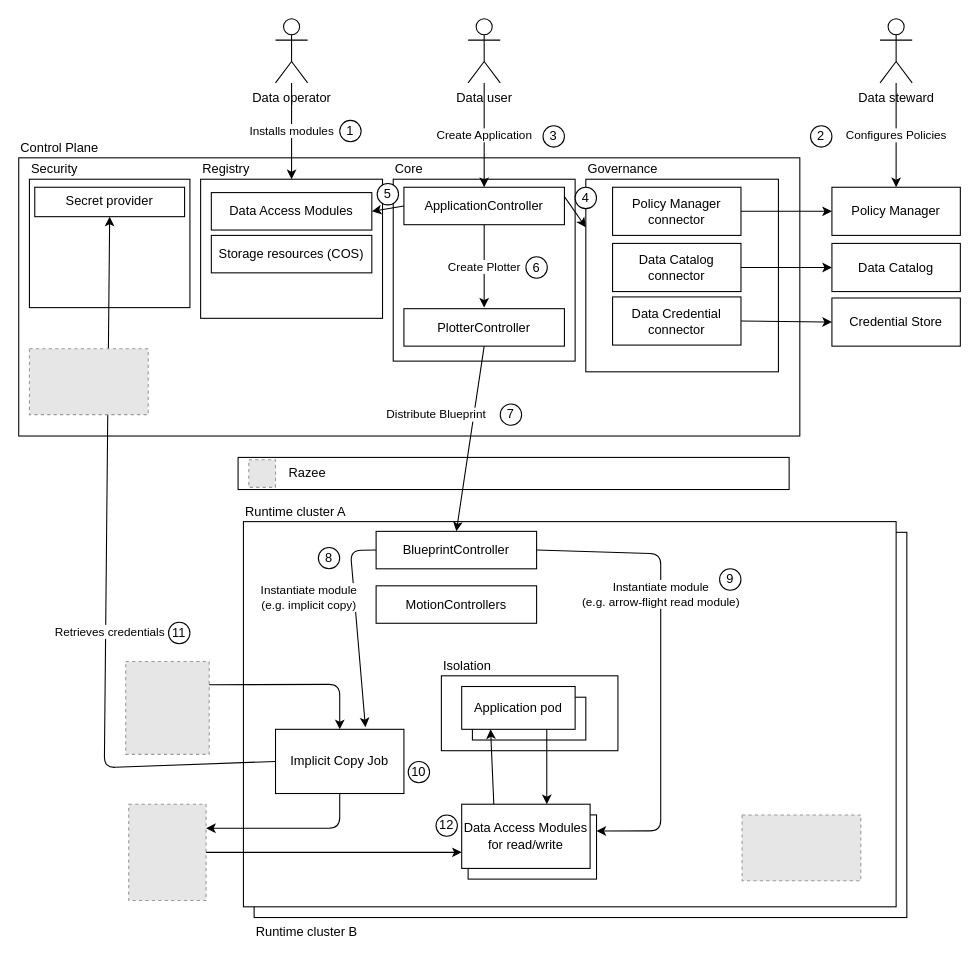
Earlier version of the draw.io diagram website/content/docs/overview/architecture/workflow_multicluster.drawio (fybrik/fybrik). Source tidied: cells renumbered, new cells numbered last; positions are measured from the earlier drawing's top-left corner, leaving out a move shared by most shapes. Both pictures are drawn from the tidied source at 107%, with x=0, y=0 at pixel (18, 18). Pictures stored in the file or linked from it are replaced by grey dashed boxes.
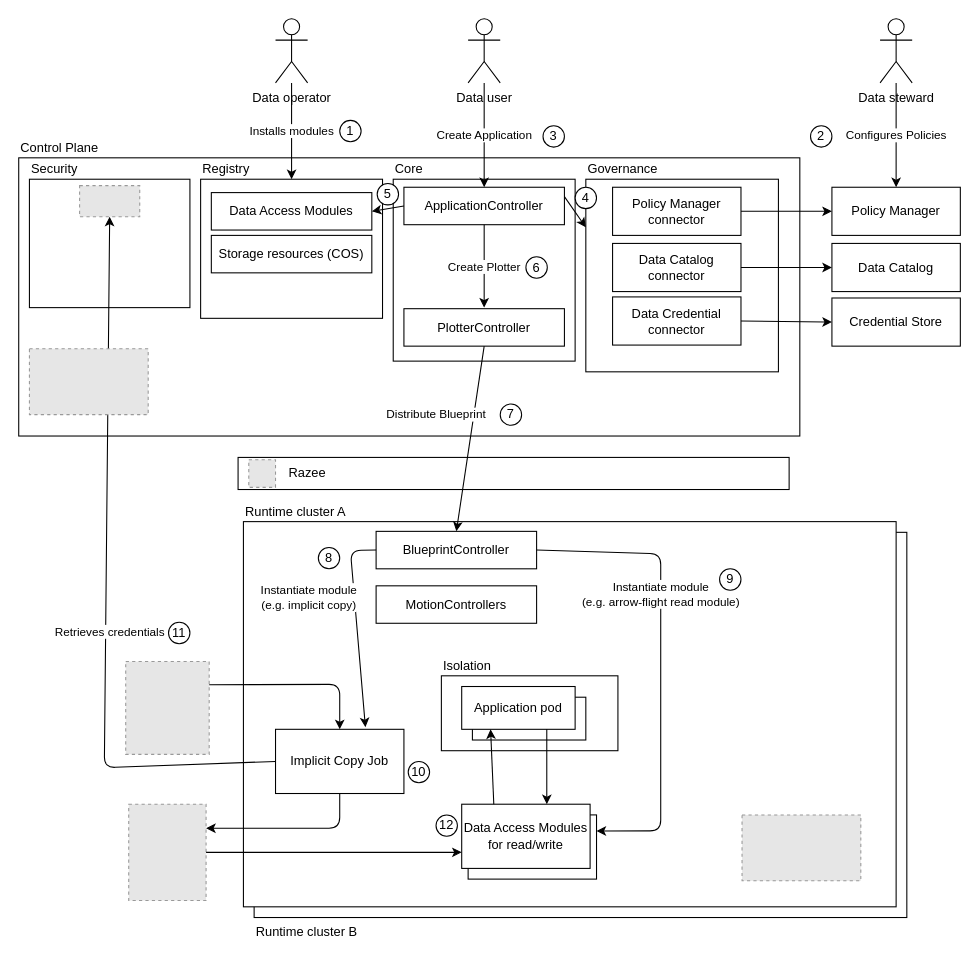
After the change.

The change refers to these unchanged cells:
```xml
<mxCell id="8" value="Implicit Copy Job" style="rounded=0;whiteSpace=wrap;html=1;align=center;" parent="1" vertex="1">
  <mxGeometry x="240" y="664.1" width="120" height="60" as="geometry" />
</mxCell>
```

Diff of the diagram source:
```diff
@@
-    <mxCell id="15" value="Secret provider" style="rounded=0;whiteSpace=wrap;html=1;align=center;" parent="1" vertex="1">
-      <mxGeometry x="15" y="157.5" width="140" height="27.5" as="geometry" />
-    </mxCell>
@@
-    <mxCell id="48" value="Retrieves credentials" style="endArrow=classic;html=1;exitX=0;exitY=0.5;exitDx=0;exitDy=0;entryX=0.5;entryY=1;entryDx=0;entryDy=0;" parent="1" edge="1" source="8" target="15">
+    <mxCell id="48" value="Retrieves credentials" style="endArrow=classic;html=1;exitX=0;exitY=0.5;exitDx=0;exitDy=0;entryX=0.5;entryY=1;entryDx=0;entryDy=0;" parent="1" edge="1" source="8">
       <mxGeometry x="-0.15" y="-4" relative="1" as="geometry">
+        <mxPoint x="85" y="185" as="targetPoint" />
         <Array as="points">
           <mxPoint x="80" y="700" />
         </Array>
       </mxGeometry>
     </mxCell>
@@
+    <mxCell id="68" style="fillColor=#E6E6E6;strokeColor=#999999;dashed=1;verticalLabelPosition=bottom;labelBackgroundColor=#ffffff;verticalAlign=top;" parent="1" vertex="1">
+      <mxGeometry x="56.9" y="156" width="56.2" height="29" as="geometry" />
+    </mxCell>
```
